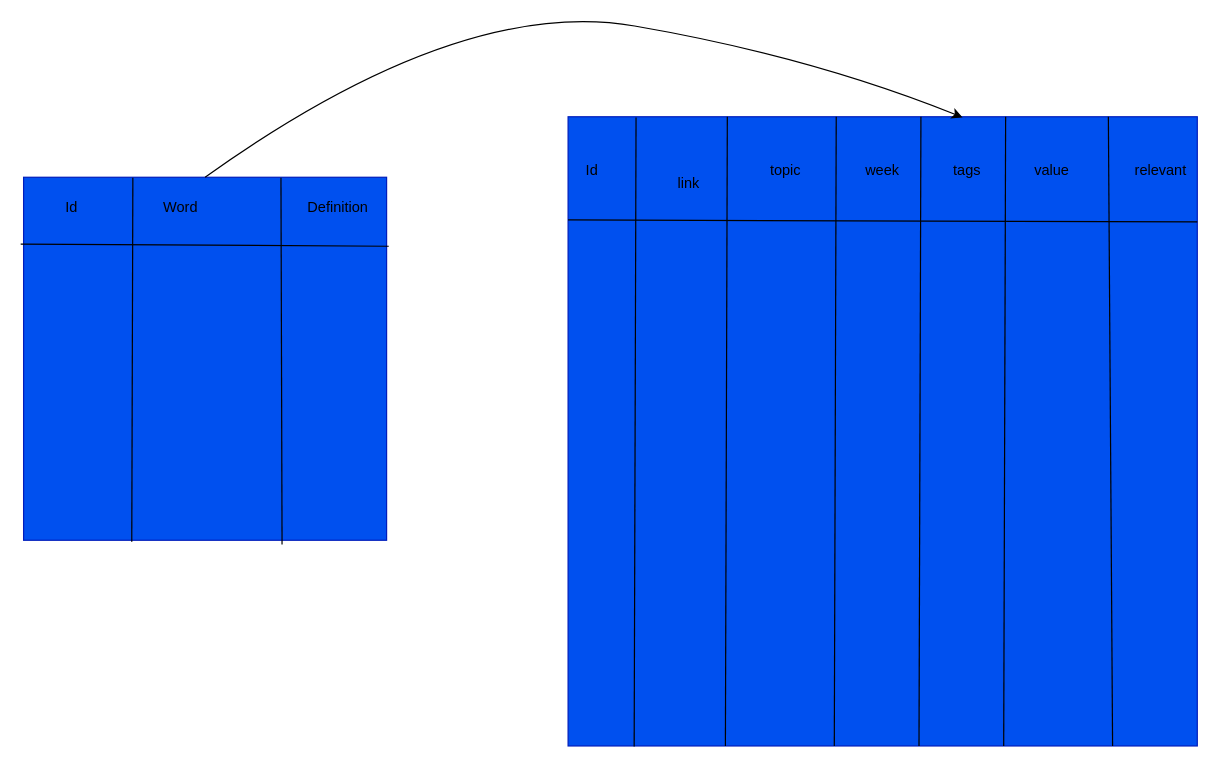
Amaan-Memon/w9_frontend-project-room-23-recapp-front-end keeps this draw.io diagram as backend/db/scripts/diagram.drawio. Above is the earlier version. Source tidied: cells renumbered, new cells numbered last; positions are measured from the earlier drawing's top-left corner, leaving out a move shared by most shapes. Both pictures are drawn from the tidied source at 121%, with x=0, y=0 at pixel (23, -5).
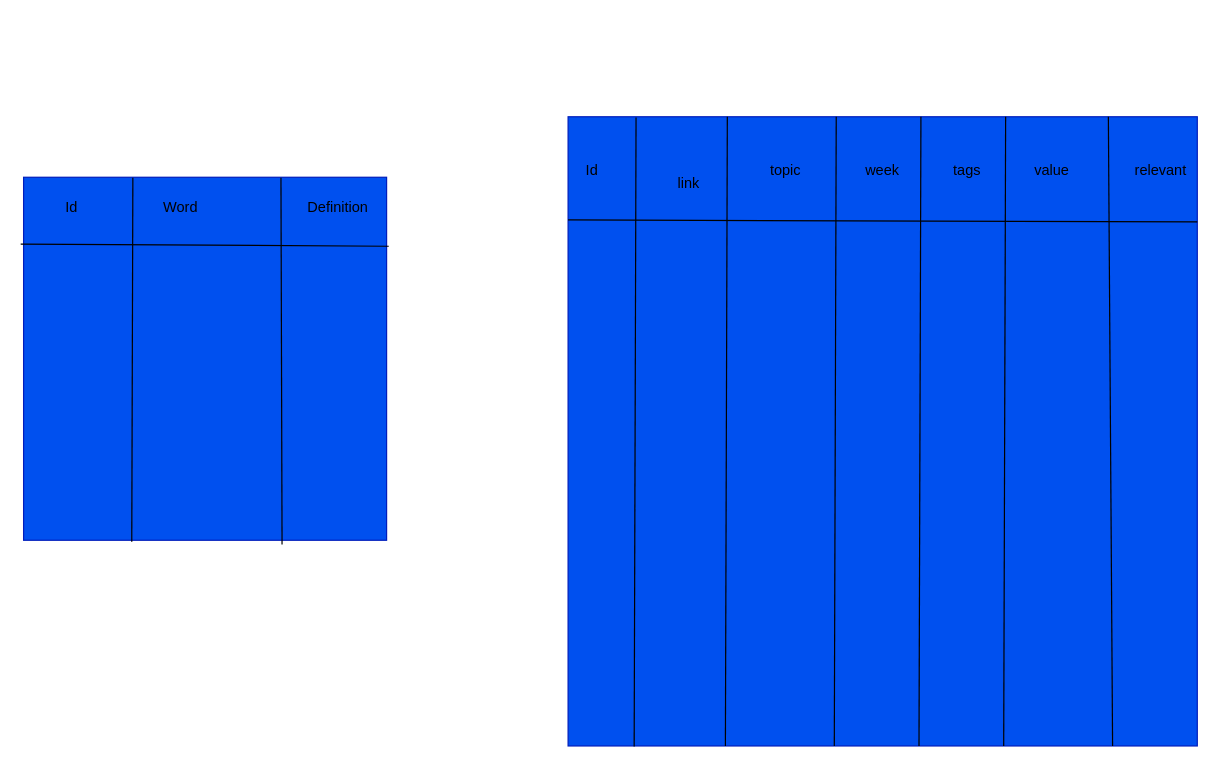
Above is the later version.

Unchanged cells that the change refers to:
```xml
<mxCell id="2" style="whiteSpace=wrap;html=1;fillColor=#0050ef;fontColor=#ffffff;strokeColor=#001DBC;" parent="1" vertex="1">
  <mxGeometry y="150" width="300" height="300" as="geometry" />
</mxCell>
<mxCell id="3" style="whiteSpace=wrap;html=1;fillColor=#0050ef;fontColor=#ffffff;strokeColor=#001DBC;" parent="1" vertex="1">
  <mxGeometry x="450" y="100" width="520" height="520" as="geometry" />
</mxCell>
```

The edit, as a diff of the source:
```diff
@@
-    <mxCell id="24" style="curved=1;endArrow=classic;html=1;exitX=0.5;exitY=0;exitDx=0;exitDy=0;entryX=0.627;entryY=0.001;entryDx=0;entryDy=0;entryPerimeter=0;" parent="1" edge="1" source="2" target="3">
-      <mxGeometry relative="1" as="geometry">
-        <Array as="points">
-          <mxPoint x="360" />
-          <mxPoint x="650" y="50" />
-        </Array>
-      </mxGeometry>
-    </mxCell>
```
